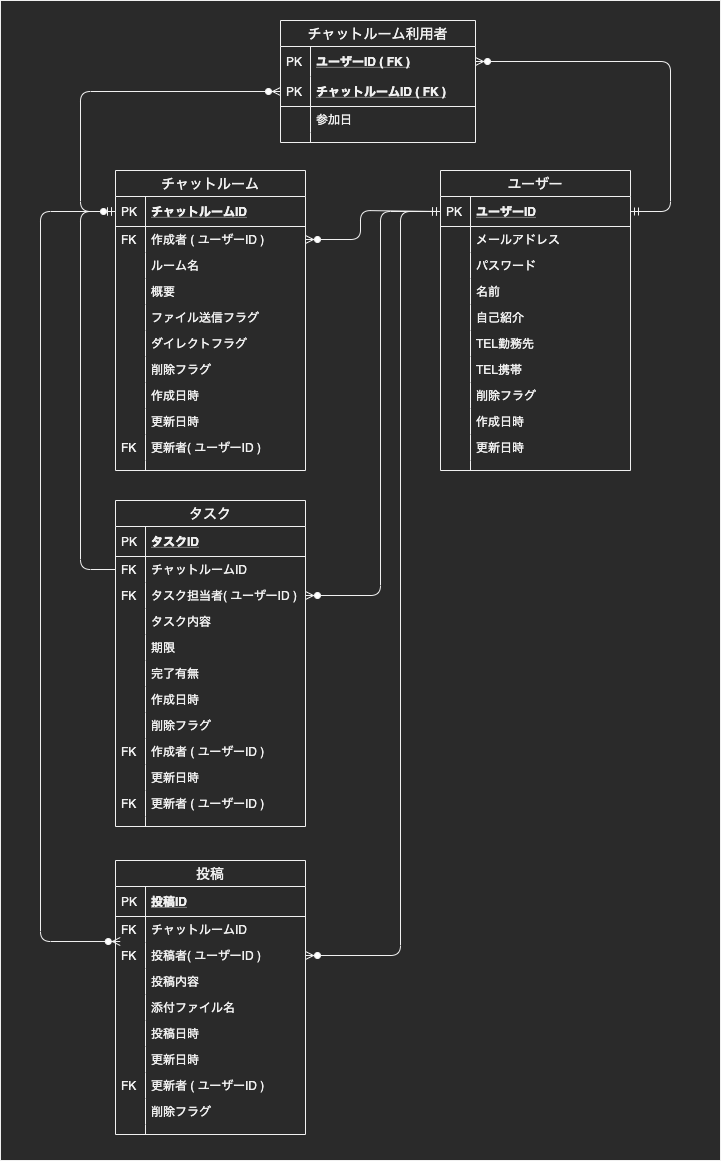
Above: db/db-challenge1/db-challenge1.png in ayktmr/quelcode-db (draw.io), before the change. Source tidied: cells renumbered, new cells last; positions are measured from the earlier drawing's top-left corner, leaving out a move shared by most shapes.
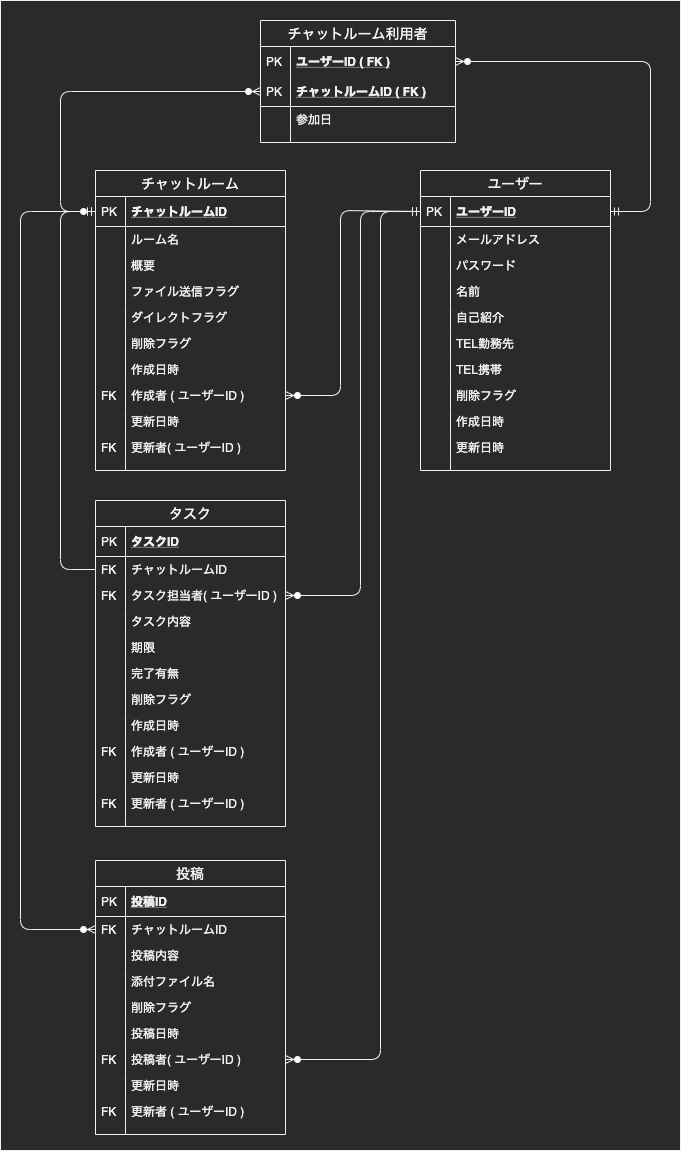
The same diagram one commit later.

Commit message:
update 課題①ER図　修正　３回目

The edit, as a diff of the source:
```diff
@@ -14,7 +14,7 @@
       <mxGeometry relative="1" as="geometry">
         <Array as="points">
           <mxPoint x="360" y="210" />
-          <mxPoint x="360" y="239" />
+          <mxPoint x="360" y="395" />
         </Array>
       </mxGeometry>
     </mxCell>
@@ -30,15 +30,15 @@
       <mxGeometry relative="1" as="geometry">
         <Array as="points">
           <mxPoint x="400" y="211" />
-          <mxPoint x="400" y="955" />
+          <mxPoint x="400" y="1059" />
         </Array>
       </mxGeometry>
     </mxCell>
-    <mxCell id="6" style="fontSize=12;html=1;endArrow=ERzeroToMany;startArrow=ERmandOne;entryX=0.025;entryY=-0.038;entryDx=0;entryDy=0;exitX=0;exitY=0.5;exitDx=0;exitDy=0;entryPerimeter=0;" parent="1" edge="1" source="10" target="85">
+    <mxCell id="6" style="fontSize=12;html=1;endArrow=ERzeroToMany;startArrow=ERmandOne;entryX=0;entryY=0.5;entryDx=0;entryDy=0;exitX=0;exitY=0.5;exitDx=0;exitDy=0;" parent="1" edge="1" source="10" target="83">
       <mxGeometry relative="1" as="geometry">
         <Array as="points">
           <mxPoint x="40" y="211" />
-          <mxPoint x="40" y="941" />
+          <mxPoint x="40" y="929" />
         </Array>
       </mxGeometry>
     </mxCell>
@@ -67,48 +67,48 @@
     <mxCell id="11" value="PK" style="shape=partialRectangle;top=0;left=0;bottom=0;fillColor=none;align=left;verticalAlign=middle;spacingLeft=4;spacingRight=4;overflow=hidden;fontSize=12;" parent="10" vertex="1">
       <mxGeometry width="30" height="30" as="geometry" />
     </mxCell>
-    <mxCell id="12" value="作成者 ( ユーザーID )" style="shape=partialRectangle;top=0;left=0;right=0;bottom=0;align=left;verticalAlign=top;fillColor=none;spacingLeft=34;spacingRight=4;overflow=hidden;points=[[0,0.5],[1,0.5]];portConstraint=eastwest;fontSize=12;" parent="9" vertex="1">
-      <mxGeometry y="56" width="190" height="26" as="geometry" />
-    </mxCell>
-    <mxCell id="13" value="FK" style="shape=partialRectangle;top=0;left=0;bottom=0;fillColor=none;align=left;verticalAlign=top;spacingLeft=4;spacingRight=4;overflow=hidden;fontSize=12;" parent="12" vertex="1">
-      <mxGeometry width="30" height="26" as="geometry" />
-    </mxCell>
     <mxCell id="14" value="ルーム名" style="shape=partialRectangle;top=0;left=0;right=0;bottom=0;align=left;verticalAlign=middle;fillColor=none;spacingLeft=34;spacingRight=4;overflow=hidden;fontSize=12;" parent="9" vertex="1">
-      <mxGeometry y="82" width="190" height="26" as="geometry" />
+      <mxGeometry y="56" width="190" height="26" as="geometry" />
     </mxCell>
     <mxCell id="15" style="shape=partialRectangle;top=0;left=0;bottom=0;fillColor=none;align=left;verticalAlign=top;spacingLeft=4;spacingRight=4;overflow=hidden;fontSize=12;" parent="14" vertex="1">
       <mxGeometry width="30" height="26" as="geometry" />
     </mxCell>
     <mxCell id="16" value="概要" style="shape=partialRectangle;top=0;left=0;right=0;bottom=0;align=left;verticalAlign=top;fillColor=none;spacingLeft=34;spacingRight=4;overflow=hidden;fontSize=12;" parent="9" vertex="1">
-      <mxGeometry y="108" width="190" height="26" as="geometry" />
+      <mxGeometry y="82" width="190" height="26" as="geometry" />
     </mxCell>
     <mxCell id="17" style="shape=partialRectangle;top=0;left=0;bottom=0;fillColor=none;align=left;verticalAlign=top;spacingLeft=4;spacingRight=4;overflow=hidden;fontSize=12;" parent="16" vertex="1">
       <mxGeometry width="30" height="26" as="geometry" />
     </mxCell>
     <mxCell id="18" value="ファイル送信フラグ" style="shape=partialRectangle;top=0;left=0;right=0;bottom=0;align=left;verticalAlign=top;fillColor=none;spacingLeft=34;spacingRight=4;overflow=hidden;fontSize=12;" parent="9" vertex="1">
-      <mxGeometry y="134" width="190" height="26" as="geometry" />
+      <mxGeometry y="108" width="190" height="26" as="geometry" />
     </mxCell>
     <mxCell id="19" style="shape=partialRectangle;top=0;left=0;bottom=0;fillColor=none;align=left;verticalAlign=top;spacingLeft=4;spacingRight=4;overflow=hidden;fontSize=12;" parent="18" vertex="1">
       <mxGeometry width="30" height="26" as="geometry" />
     </mxCell>
     <mxCell id="20" value="ダイレクトフラグ" style="shape=partialRectangle;top=0;left=0;right=0;bottom=0;align=left;verticalAlign=top;fillColor=none;spacingLeft=34;spacingRight=4;overflow=hidden;fontSize=12;" parent="9" vertex="1">
-      <mxGeometry y="160" width="190" height="26" as="geometry" />
+      <mxGeometry y="134" width="190" height="26" as="geometry" />
     </mxCell>
     <mxCell id="21" style="shape=partialRectangle;top=0;left=0;bottom=0;fillColor=none;align=left;verticalAlign=top;spacingLeft=4;spacingRight=4;overflow=hidden;fontSize=12;" parent="20" vertex="1">
       <mxGeometry width="30" height="26" as="geometry" />
     </mxCell>
     <mxCell id="22" value="削除フラグ" style="shape=partialRectangle;top=0;left=0;right=0;bottom=0;align=left;verticalAlign=top;fillColor=none;spacingLeft=34;spacingRight=4;overflow=hidden;fontSize=12;" parent="9" vertex="1">
-      <mxGeometry y="186" width="190" height="26" as="geometry" />
+      <mxGeometry y="160" width="190" height="26" as="geometry" />
     </mxCell>
     <mxCell id="23" style="shape=partialRectangle;top=0;left=0;bottom=0;fillColor=none;align=left;verticalAlign=top;spacingLeft=4;spacingRight=4;overflow=hidden;fontSize=12;" parent="22" vertex="1">
       <mxGeometry width="30" height="26" as="geometry" />
     </mxCell>
     <mxCell id="24" value="作成日時" style="shape=partialRectangle;top=0;left=0;right=0;bottom=0;align=left;verticalAlign=top;fillColor=none;spacingLeft=34;spacingRight=4;overflow=hidden;fontSize=12;" parent="9" vertex="1">
-      <mxGeometry y="212" width="190" height="26" as="geometry" />
+      <mxGeometry y="186" width="190" height="26" as="geometry" />
     </mxCell>
     <mxCell id="25" style="shape=partialRectangle;top=0;left=0;bottom=0;fillColor=none;align=left;verticalAlign=top;spacingLeft=4;spacingRight=4;overflow=hidden;fontSize=12;" parent="24" vertex="1">
       <mxGeometry width="30" height="26" as="geometry" />
     </mxCell>
+    <mxCell id="12" value="作成者 ( ユーザーID )" style="shape=partialRectangle;top=0;left=0;right=0;bottom=0;align=left;verticalAlign=top;fillColor=none;spacingLeft=34;spacingRight=4;overflow=hidden;points=[[0,0.5],[1,0.5]];portConstraint=eastwest;fontSize=12;" parent="9" vertex="1">
+      <mxGeometry y="212" width="190" height="26" as="geometry" />
+    </mxCell>
+    <mxCell id="13" value="FK" style="shape=partialRectangle;top=0;left=0;bottom=0;fillColor=none;align=left;verticalAlign=top;spacingLeft=4;spacingRight=4;overflow=hidden;fontSize=12;" parent="12" vertex="1">
+      <mxGeometry width="30" height="26" as="geometry" />
+    </mxCell>
     <mxCell id="26" value="更新日時" style="shape=partialRectangle;top=0;left=0;right=0;bottom=0;align=left;verticalAlign=top;fillColor=none;spacingLeft=34;spacingRight=4;overflow=hidden;fontSize=12;" parent="9" vertex="1">
       <mxGeometry y="238" width="190" height="26" as="geometry" />
     </mxCell>
@@ -235,18 +235,18 @@
     <mxCell id="67" style="shape=partialRectangle;top=0;left=0;bottom=0;fillColor=none;align=left;verticalAlign=top;spacingLeft=4;spacingRight=4;overflow=hidden;fontSize=12;" parent="66" vertex="1">
       <mxGeometry width="30" height="26" as="geometry" />
     </mxCell>
+    <mxCell id="70" value="削除フラグ" style="shape=partialRectangle;top=0;left=0;right=0;bottom=0;align=left;verticalAlign=top;fillColor=none;spacingLeft=34;spacingRight=4;overflow=hidden;fontSize=12;" parent="55" vertex="1">
+      <mxGeometry y="186" width="190" height="26" as="geometry" />
+    </mxCell>
+    <mxCell id="71" style="shape=partialRectangle;top=0;left=0;bottom=0;fillColor=none;align=left;verticalAlign=top;spacingLeft=4;spacingRight=4;overflow=hidden;fontSize=12;" parent="70" vertex="1">
+      <mxGeometry width="30" height="26" as="geometry" />
+    </mxCell>
     <mxCell id="68" value="作成日時" style="shape=partialRectangle;top=0;left=0;right=0;bottom=0;align=left;verticalAlign=top;fillColor=none;spacingLeft=34;spacingRight=4;overflow=hidden;fontSize=12;" parent="55" vertex="1">
-      <mxGeometry y="186" width="190" height="26" as="geometry" />
+      <mxGeometry y="212" width="190" height="26" as="geometry" />
     </mxCell>
     <mxCell id="69" style="shape=partialRectangle;top=0;left=0;bottom=0;fillColor=none;align=left;verticalAlign=top;spacingLeft=4;spacingRight=4;overflow=hidden;fontSize=12;" parent="68" vertex="1">
       <mxGeometry width="30" height="26" as="geometry" />
     </mxCell>
-    <mxCell id="70" value="削除フラグ" style="shape=partialRectangle;top=0;left=0;right=0;bottom=0;align=left;verticalAlign=top;fillColor=none;spacingLeft=34;spacingRight=4;overflow=hidden;fontSize=12;" parent="55" vertex="1">
-      <mxGeometry y="212" width="190" height="26" as="geometry" />
-    </mxCell>
-    <mxCell id="71" style="shape=partialRectangle;top=0;left=0;bottom=0;fillColor=none;align=left;verticalAlign=top;spacingLeft=4;spacingRight=4;overflow=hidden;fontSize=12;" parent="70" vertex="1">
-      <mxGeometry width="30" height="26" as="geometry" />
-    </mxCell>
     <mxCell id="72" value="作成者 ( ユーザーID )" style="shape=partialRectangle;top=0;left=0;right=0;bottom=0;align=left;verticalAlign=top;fillColor=none;spacingLeft=34;spacingRight=4;overflow=hidden;fontSize=12;" parent="55" vertex="1">
       <mxGeometry y="238" width="190" height="26" as="geometry" />
     </mxCell>
@@ -286,48 +286,48 @@
     <mxCell id="84" value="FK" style="shape=partialRectangle;top=0;left=0;bottom=0;fillColor=none;align=left;verticalAlign=top;spacingLeft=4;spacingRight=4;overflow=hidden;fontSize=12;" parent="83" vertex="1">
       <mxGeometry width="30" height="26" as="geometry" />
     </mxCell>
-    <mxCell id="85" value="投稿者( ユーザーID )" style="shape=partialRectangle;top=0;left=0;right=0;bottom=0;align=left;verticalAlign=top;fillColor=none;spacingLeft=34;spacingRight=4;overflow=hidden;points=[[0,0.5],[1,0.5]];portConstraint=eastwest;fontSize=12;" parent="80" vertex="1">
-      <mxGeometry y="82" width="190" height="26" as="geometry" />
-    </mxCell>
-    <mxCell id="86" value="FK" style="shape=partialRectangle;top=0;left=0;bottom=0;fillColor=none;align=left;verticalAlign=top;spacingLeft=4;spacingRight=4;overflow=hidden;fontSize=12;" parent="85" vertex="1">
-      <mxGeometry width="30" height="26" as="geometry" />
-    </mxCell>
     <mxCell id="87" value="投稿内容" style="shape=partialRectangle;top=0;left=0;right=0;bottom=0;align=left;verticalAlign=top;fillColor=none;spacingLeft=34;spacingRight=4;overflow=hidden;fontSize=12;" parent="80" vertex="1">
-      <mxGeometry y="108" width="190" height="26" as="geometry" />
+      <mxGeometry y="82" width="190" height="26" as="geometry" />
     </mxCell>
     <mxCell id="88" style="shape=partialRectangle;top=0;left=0;bottom=0;fillColor=none;align=left;verticalAlign=top;spacingLeft=4;spacingRight=4;overflow=hidden;fontSize=12;" parent="87" vertex="1">
       <mxGeometry width="30" height="26" as="geometry" />
     </mxCell>
     <mxCell id="89" value="添付ファイル名" style="shape=partialRectangle;top=0;left=0;right=0;bottom=0;align=left;verticalAlign=top;fillColor=none;spacingLeft=34;spacingRight=4;overflow=hidden;fontSize=12;" parent="80" vertex="1">
-      <mxGeometry y="134" width="190" height="26" as="geometry" />
+      <mxGeometry y="108" width="190" height="26" as="geometry" />
     </mxCell>
     <mxCell id="90" style="shape=partialRectangle;top=0;left=0;bottom=0;fillColor=none;align=left;verticalAlign=top;spacingLeft=4;spacingRight=4;overflow=hidden;fontSize=12;" parent="89" vertex="1">
       <mxGeometry width="30" height="26" as="geometry" />
     </mxCell>
+    <mxCell id="97" value="削除フラグ" style="shape=partialRectangle;top=0;left=0;right=0;bottom=0;align=left;verticalAlign=top;fillColor=none;spacingLeft=34;spacingRight=4;overflow=hidden;fontSize=12;" parent="80" vertex="1">
+      <mxGeometry y="134" width="190" height="26" as="geometry" />
+    </mxCell>
+    <mxCell id="98" style="shape=partialRectangle;top=0;left=0;bottom=0;fillColor=none;align=left;verticalAlign=top;spacingLeft=4;spacingRight=4;overflow=hidden;fontSize=12;" parent="97" vertex="1">
+      <mxGeometry width="30" height="26" as="geometry" />
+    </mxCell>
     <mxCell id="91" value="投稿日時" style="shape=partialRectangle;top=0;left=0;right=0;bottom=0;align=left;verticalAlign=top;fillColor=none;spacingLeft=34;spacingRight=4;overflow=hidden;fontSize=12;" parent="80" vertex="1">
       <mxGeometry y="160" width="190" height="26" as="geometry" />
     </mxCell>
     <mxCell id="92" style="shape=partialRectangle;top=0;left=0;bottom=0;fillColor=none;align=left;verticalAlign=top;spacingLeft=4;spacingRight=4;overflow=hidden;fontSize=12;" parent="91" vertex="1">
       <mxGeometry width="30" height="26" as="geometry" />
     </mxCell>
+    <mxCell id="85" value="投稿者( ユーザーID )" style="shape=partialRectangle;top=0;left=0;right=0;bottom=0;align=left;verticalAlign=top;fillColor=none;spacingLeft=34;spacingRight=4;overflow=hidden;points=[[0,0.5],[1,0.5]];portConstraint=eastwest;fontSize=12;" parent="80" vertex="1">
+      <mxGeometry y="186" width="190" height="26" as="geometry" />
+    </mxCell>
+    <mxCell id="86" value="FK" style="shape=partialRectangle;top=0;left=0;bottom=0;fillColor=none;align=left;verticalAlign=top;spacingLeft=4;spacingRight=4;overflow=hidden;fontSize=12;" parent="85" vertex="1">
+      <mxGeometry width="30" height="26" as="geometry" />
+    </mxCell>
     <mxCell id="93" value="更新日時" style="shape=partialRectangle;top=0;left=0;right=0;bottom=0;align=left;verticalAlign=top;fillColor=none;spacingLeft=34;spacingRight=4;overflow=hidden;fontSize=12;" parent="80" vertex="1">
-      <mxGeometry y="186" width="190" height="26" as="geometry" />
+      <mxGeometry y="212" width="190" height="26" as="geometry" />
     </mxCell>
     <mxCell id="94" style="shape=partialRectangle;top=0;left=0;bottom=0;fillColor=none;align=left;verticalAlign=top;spacingLeft=4;spacingRight=4;overflow=hidden;fontSize=12;" parent="93" vertex="1">
       <mxGeometry width="30" height="26" as="geometry" />
     </mxCell>
     <mxCell id="95" value="更新者 ( ユーザーID )" style="shape=partialRectangle;top=0;left=0;right=0;bottom=0;align=left;verticalAlign=top;fillColor=none;spacingLeft=34;spacingRight=4;overflow=hidden;fontSize=12;" parent="80" vertex="1">
-      <mxGeometry y="212" width="190" height="26" as="geometry" />
+      <mxGeometry y="238" width="190" height="26" as="geometry" />
     </mxCell>
     <mxCell id="96" value="FK" style="shape=partialRectangle;top=0;left=0;bottom=0;fillColor=none;align=left;verticalAlign=top;spacingLeft=4;spacingRight=4;overflow=hidden;fontSize=12;" parent="95" vertex="1">
       <mxGeometry width="30" height="26" as="geometry" />
     </mxCell>
-    <mxCell id="97" value="削除フラグ" style="shape=partialRectangle;top=0;left=0;right=0;bottom=0;align=left;verticalAlign=top;fillColor=none;spacingLeft=34;spacingRight=4;overflow=hidden;fontSize=12;" parent="80" vertex="1">
-      <mxGeometry y="238" width="190" height="26" as="geometry" />
-    </mxCell>
-    <mxCell id="98" style="shape=partialRectangle;top=0;left=0;bottom=0;fillColor=none;align=left;verticalAlign=top;spacingLeft=4;spacingRight=4;overflow=hidden;fontSize=12;" parent="97" vertex="1">
-      <mxGeometry width="30" height="26" as="geometry" />
-    </mxCell>
     <mxCell id="99" style="shape=partialRectangle;top=0;left=0;right=0;bottom=0;align=left;verticalAlign=top;fillColor=none;spacingLeft=34;spacingRight=4;overflow=hidden;fontSize=12;" parent="80" vertex="1">
       <mxGeometry y="264" width="190" height="10" as="geometry" />
     </mxCell>
@@ -361,8 +361,8 @@
     <mxCell id="109" style="shape=partialRectangle;top=0;left=0;bottom=0;fillColor=none;align=left;verticalAlign=top;spacingLeft=4;spacingRight=4;overflow=hidden;fontSize=12;" parent="108" vertex="1">
       <mxGeometry width="30" height="10" as="geometry" />
     </mxCell>
-    <mxCell id="110" style="rounded=0;whiteSpace=wrap;html=1;fillColor=none;" parent="1" vertex="1">
-      <mxGeometry width="720" height="1160" as="geometry" />
-    </mxCell>
+    <mxCell id="111" style="rounded=0;whiteSpace=wrap;html=1;fillColor=none;" parent="1" vertex="1">
+      <mxGeometry x="20" width="680" height="1150" as="geometry" />
+    </mxCell>
   </root>
 </mxGraphModel>
```
